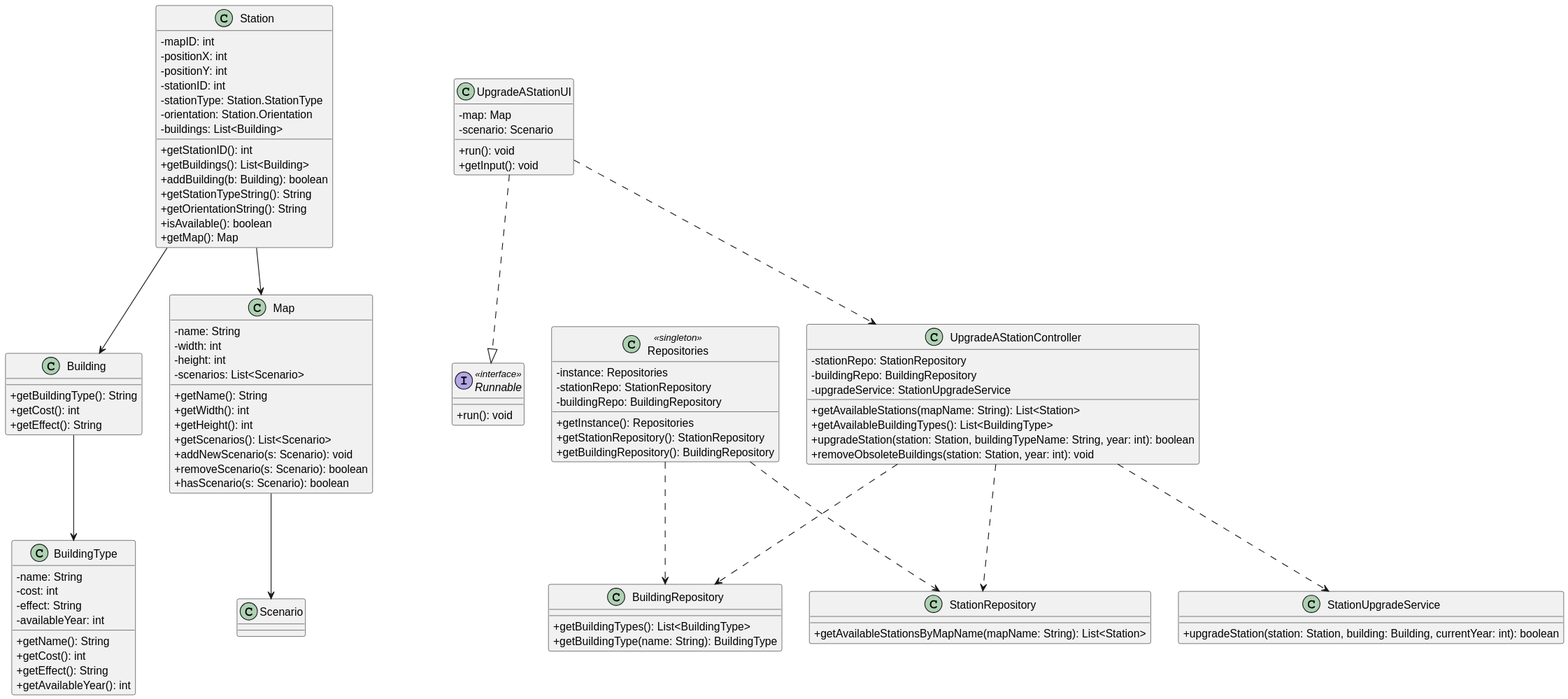
This is docs/sprint3/us006/03.design/svg/us006-class-diagram.svg from ivasduarte/all-aboard, a PlantUML export, as it was before one commit.
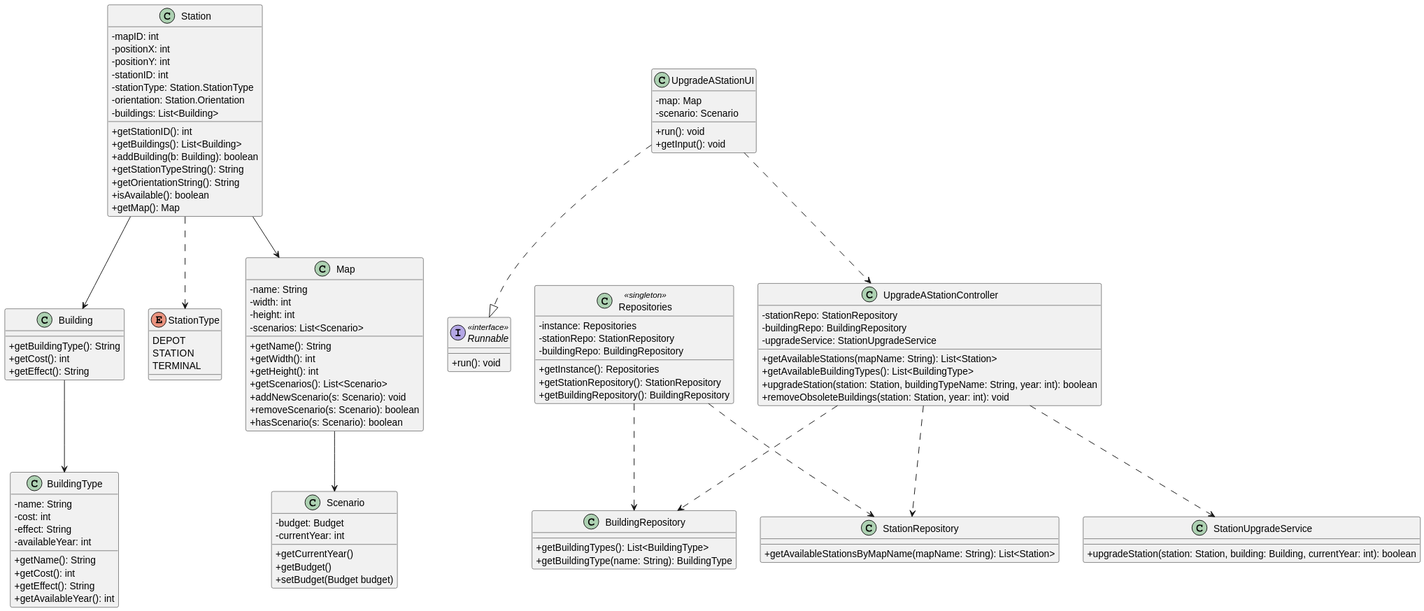
After the commit.

Diff of the diagram source:
```diff
@@ -51,6 +51,12 @@
   + removeObsoleteBuildings(station: Station, year: int): void
 }
 
+enum StationType {
+  DEPOT
+  STATION
+  TERMINAL
+}
+
 class StationRepository {
   + getAvailableStationsByMapName(mapName: String): List<Station>
 }
@@ -95,6 +101,11 @@
 }
 
 class Scenario {
+- budget: Budget
+- currentYear: int
++ getCurrentYear()
++ getBudget()
++ setBudget(Budget budget)
 }
 
 Station --> Building
@@ -105,6 +116,7 @@
 UpgradeAStationController ..> StationUpgradeService
 UpgradeAStationController ..> StationRepository
 UpgradeAStationController ..> BuildingRepository
+Station ..> StationType
 
 Repositories ..> StationRepository
 Repositories ..> BuildingRepository
```
